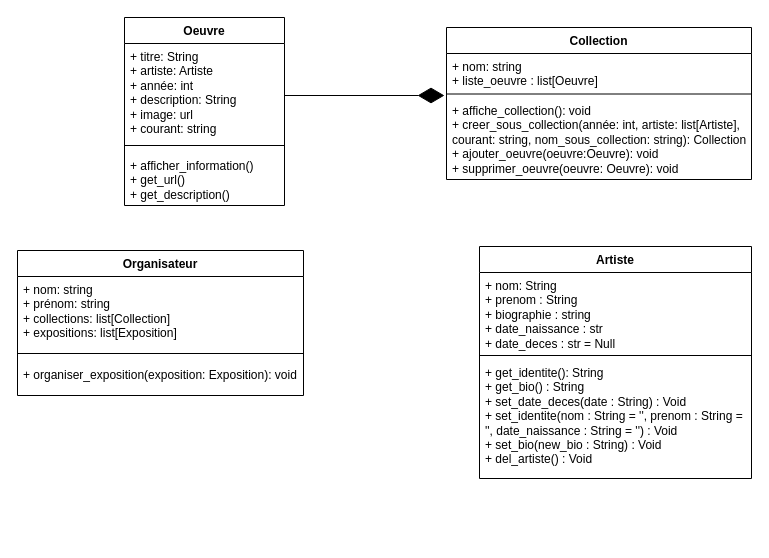
akbarNz/projet_dev_ba2 keeps this draw.io diagram as artefile_uml.drawio. Above is the earlier version. Source tidied: cells renumbered, new cells numbered last; positions are measured from the earlier drawing's top-left corner, leaving out a move shared by most shapes. Both pictures are drawn from the tidied source at 100%, with x=0, y=0 at pixel (17, 17).
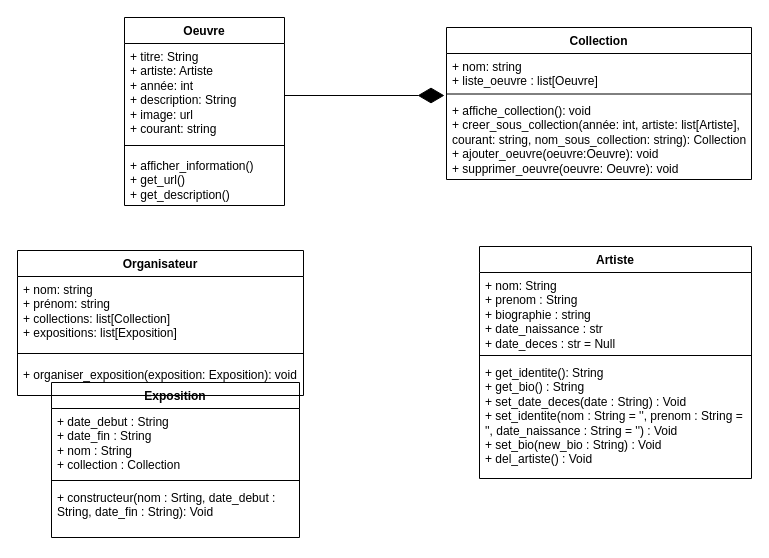
The same diagram, later.

The edit, as a diff of the source:
```diff
@@
+    <mxCell id="19" value="Exposition" style="swimlane;fontStyle=1;align=center;verticalAlign=top;horizontal=1;startSize=26;whiteSpace=wrap;html=1;" parent="1" vertex="1">
+      <mxGeometry x="34" y="365" width="248" height="155" as="geometry" />
+    </mxCell>
+    <mxCell id="20" value="&lt;div&gt;+ date_debut : String&lt;/div&gt;&lt;div&gt;+ date_fin : String&lt;/div&gt;&lt;div&gt;+ nom : String&lt;/div&gt;&lt;div&gt;+ collection : Collection&lt;br&gt;&lt;/div&gt;" style="text;strokeColor=none;fillColor=none;align=left;verticalAlign=top;spacingLeft=4;spacingRight=4;overflow=hidden;whiteSpace=wrap;html=1;" parent="19" vertex="1">
+      <mxGeometry y="26" width="248" height="68" as="geometry" />
+    </mxCell>
+    <mxCell id="21" style="line;strokeWidth=1;fillColor=none;align=left;verticalAlign=middle;spacingTop=-1;spacingLeft=3;spacingRight=3;labelPosition=right;strokeColor=inherit;" parent="19" vertex="1">
+      <mxGeometry y="94" width="248" height="8" as="geometry" />
+    </mxCell>
+    <mxCell id="22" value="&lt;div&gt;+ constructeur(nom : Srting, date_debut : String, date_fin : String): Void&lt;/div&gt;&lt;div&gt;&lt;br&gt;&lt;/div&gt;" style="text;strokeColor=none;fillColor=none;align=left;verticalAlign=top;spacingLeft=4;spacingRight=4;overflow=hidden;whiteSpace=wrap;html=1;" parent="19" vertex="1">
+      <mxGeometry y="102" width="248" height="53" as="geometry" />
+    </mxCell>
```
